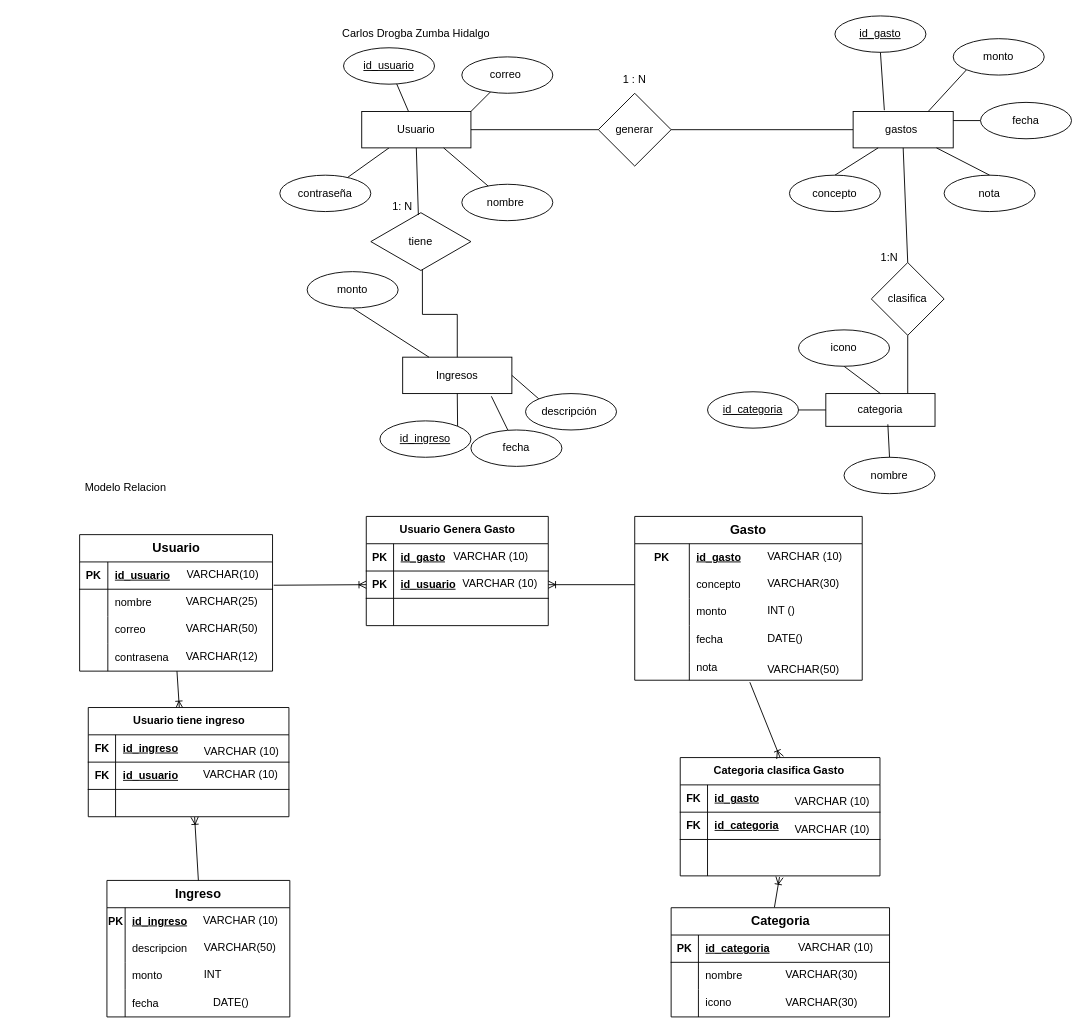
The draw.io diagram Proyecto de unidad 1.drawio in CarlosZumba16/Base-de-Datos-Unidad-1, before the edit. Source tidied: cells renumbered, new cells numbered last; positions are measured from the earlier drawing's top-left corner, leaving out a move shared by most shapes. Both pictures are drawn from the tidied source at 91%, with x=0, y=0 at pixel (79, 15).
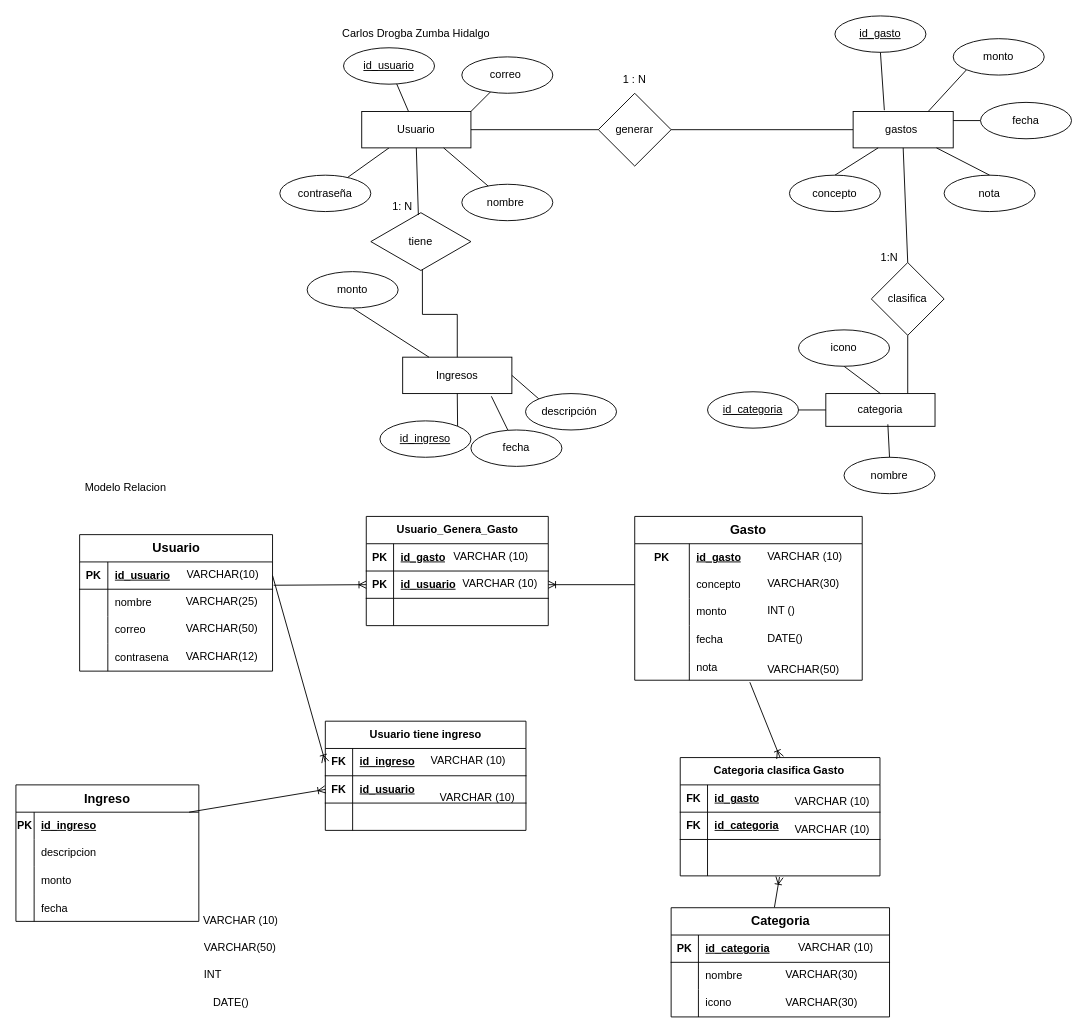
After the change.

The change refers to these unchanged cells:
```xml
<mxCell id="61" style="shape=tableRow;horizontal=0;startSize=0;swimlaneHead=0;swimlaneBody=0;fillColor=none;points=[[0,0.5],[1,0.5]];portConstraint=eastwest;top=0;left=0;right=0;bottom=0;" parent="51" vertex="1">
  <mxGeometry y="120" width="212" height="30" as="geometry" />
</mxCell>
<mxCell id="65" style="shape=tableRow;horizontal=0;startSize=0;swimlaneHead=0;swimlaneBody=0;fillColor=none;points=[[0,0.5],[1,0.5]];portConstraint=eastwest;top=0;left=0;right=0;bottom=0;html=1;" parent="64" vertex="1">
  <mxGeometry y="30" width="201" height="30" as="geometry" />
</mxCell>
<mxCell id="132" value="VARCHAR(10)" style="text;strokeColor=none;fillColor=none;spacingLeft=4;spacingRight=4;overflow=hidden;points=[[0,0.5],[1,0.5]];portConstraint=eastwest;fontSize=12;whiteSpace=wrap;html=1;" parent="1" vertex="1">
  <mxGeometry x="112" y="600" width="100" height="30" as="geometry" />
</mxCell>
<mxCell id="134" style="shape=tableRow;horizontal=0;startSize=0;swimlaneHead=0;swimlaneBody=0;fillColor=none;points=[[0,0.5],[1,0.5]];portConstraint=eastwest;top=0;left=0;right=0;bottom=1;" parent="133" vertex="1">
  <mxGeometry y="30" width="220.5" height="30" as="geometry" />
</mxCell>
<mxCell id="137" style="shape=tableRow;horizontal=0;startSize=0;swimlaneHead=0;swimlaneBody=0;fillColor=none;points=[[0,0.5],[1,0.5]];portConstraint=eastwest;top=0;left=0;right=0;bottom=1;" parent="133" vertex="1">
  <mxGeometry y="60" width="220.5" height="30" as="geometry" />
</mxCell>
<mxCell id="140" style="shape=tableRow;horizontal=0;startSize=0;swimlaneHead=0;swimlaneBody=0;fillColor=none;points=[[0,0.5],[1,0.5]];portConstraint=eastwest;top=0;left=0;right=0;bottom=0;" parent="133" vertex="1">
  <mxGeometry y="90" width="220.5" height="30" as="geometry" />
</mxCell>
```

Diff of the diagram source:
```diff
@@
     <mxCell id="64" value="&lt;font style=&quot;font-size: 14px;&quot;&gt;Ingreso&lt;/font&gt;" style="shape=table;startSize=30;childLayout=tableLayout;rowLines=0;fontStyle=1;align=center;html=1;whiteSpace=wrap;" parent="1" vertex="1">
-      <mxGeometry x="30" y="950" width="201" height="150" as="geometry" />
+      <mxGeometry x="-70" y="845" width="201" height="150" as="geometry" />
     </mxCell>
@@
-    <mxCell id="78" style="fontSize=12;html=1;endArrow=ERoneToMany;rounded=0;entryX=0.454;entryY=0.008;entryDx=0;entryDy=0;entryPerimeter=0;" parent="1" edge="1" source="61" target="133">
+    <mxCell id="78" style="fontSize=12;html=1;endArrow=ERoneToMany;rounded=0;entryX=0;entryY=0.5;entryDx=0;entryDy=0;exitX=1;exitY=0.5;exitDx=0;exitDy=0;" parent="1" edge="1" source="132" target="134">
       <mxGeometry relative="1" as="geometry" />
     </mxCell>
@@
-    <mxCell id="121" value="Usuario Genera Gasto" style="shape=table;startSize=30;childLayout=tableLayout;rowLines=0;fontStyle=1;align=center;html=1;" parent="1" vertex="1">
+    <mxCell id="121" value="Usuario_Genera_Gasto" style="shape=table;startSize=30;childLayout=tableLayout;rowLines=0;fontStyle=1;align=center;html=1;" parent="1" vertex="1">
       <mxGeometry x="315" y="550" width="200" height="120" as="geometry" />
     </mxCell>
@@
     <mxCell id="133" value="Usuario tiene ingreso" style="shape=table;startSize=30;childLayout=tableLayout;rowLines=0;fontStyle=1;align=center;html=1;" parent="1" vertex="1">
-      <mxGeometry x="9.5" y="760" width="220.5" height="120" as="geometry" />
+      <mxGeometry x="270" y="775" width="220.5" height="120" as="geometry" />
     </mxCell>
@@
-    <mxCell id="143" style="fontSize=12;html=1;endArrow=ERoneToMany;rounded=0;exitX=0.5;exitY=0;exitDx=0;exitDy=0;entryX=0.53;entryY=1.013;entryDx=0;entryDy=0;entryPerimeter=0;" parent="1" edge="1" source="64" target="140">
+    <mxCell id="143" style="fontSize=12;html=1;endArrow=ERoneToMany;rounded=0;entryX=0;entryY=0.5;entryDx=0;entryDy=0;" parent="1" edge="1" source="65" target="137">
       <mxGeometry relative="1" as="geometry" />
     </mxCell>
@@
     <mxCell id="159" value="VARCHAR (10)" style="text;strokeColor=none;fillColor=none;spacingLeft=4;spacingRight=4;overflow=hidden;fontSize=12;whiteSpace=wrap;html=1;" parent="1" vertex="1">
-      <mxGeometry x="131" y="795" width="100" height="30" as="geometry" />
+      <mxGeometry x="380" y="805" width="100" height="30" as="geometry" />
     </mxCell>
     <mxCell id="160" value="VARCHAR (10)" style="text;strokeColor=none;fillColor=none;spacingLeft=4;spacingRight=4;overflow=hidden;fontSize=12;whiteSpace=wrap;html=1;" parent="1" vertex="1">
-      <mxGeometry x="130" y="820" width="100" height="30" as="geometry" />
+      <mxGeometry x="390" y="845" width="100" height="30" as="geometry" />
     </mxCell>
```
